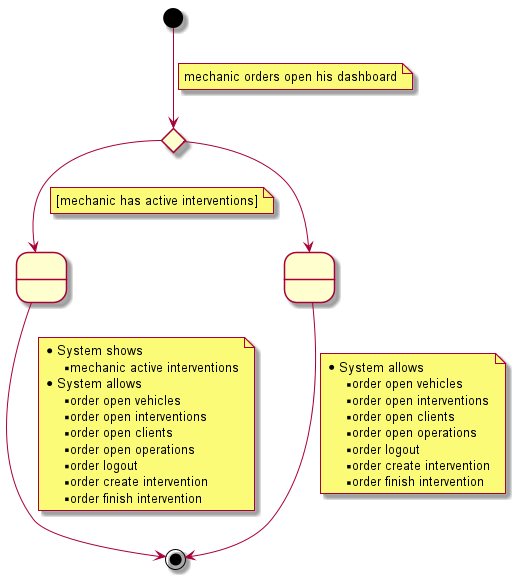
This is documentation/1requiremets/usecases_specification/png/openDashboard.png from Ruskab/agrimManager, a PlantUML export, as it was before one commit.
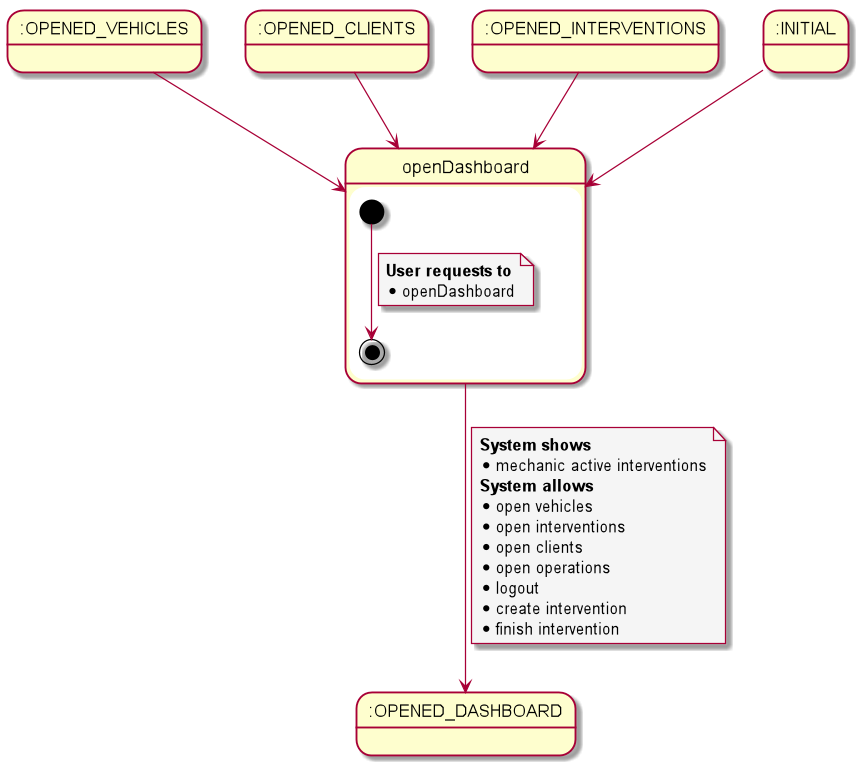
After the change.

Diff of the diagram source:
```diff
@@ -1,45 +1,41 @@
 @startuml
+skinparam {
+        NoteBackgroundColor #whiteSmoke
+}
 
-state 1 <<choice>>
-state 2 as " "
-state 4 as " "
+state startState1 as ":OPENED_VEHICLES"
+state startState2 as ":OPENED_CLIENTS"
+state startState3 as ":OPENED_INTERVENTIONS"
+state startState4 as ":INITIAL"
+state endState as ":OPENED_DASHBOARD"
 
-[*] --> 1
+startState1 --> openDashboard
+startState2 --> openDashboard
+startState3 --> openDashboard
+startState4 --> openDashboard
+
+state openDashboard {
+
+[*] --> [*]
 note on link
-    mechanic orders open his dashboard
+<b>User requests to</b>
+* openDashboard
 end note
 
-1 --> 2
+}
+
+openDashboard --> endState
 note on link
-    [mechanic has active interventions]
-end note
-
-1 --> 4
-
-4 --> [*]
-note on link
-    * System allows
-    ** order open vehicles
-    ** order open interventions
-    ** order open clients
-    ** order open operations
-    ** order logout
-    ** order create intervention
-    ** order finish intervention
-end note
-
-2 --> [*]
-note on link
-    * System shows
-    ** mechanic active interventions
-    * System allows
-    ** order open vehicles
-    ** order open interventions
-    ** order open clients
-    ** order open operations
-    ** order logout
-    ** order create intervention
-    ** order finish intervention
+<b>System shows
+* mechanic active interventions
+<b>System allows
+* open vehicles
+* open interventions
+* open clients
+* open operations
+* logout
+* create intervention
+* finish intervention
 end note
 
 @enduml
```
